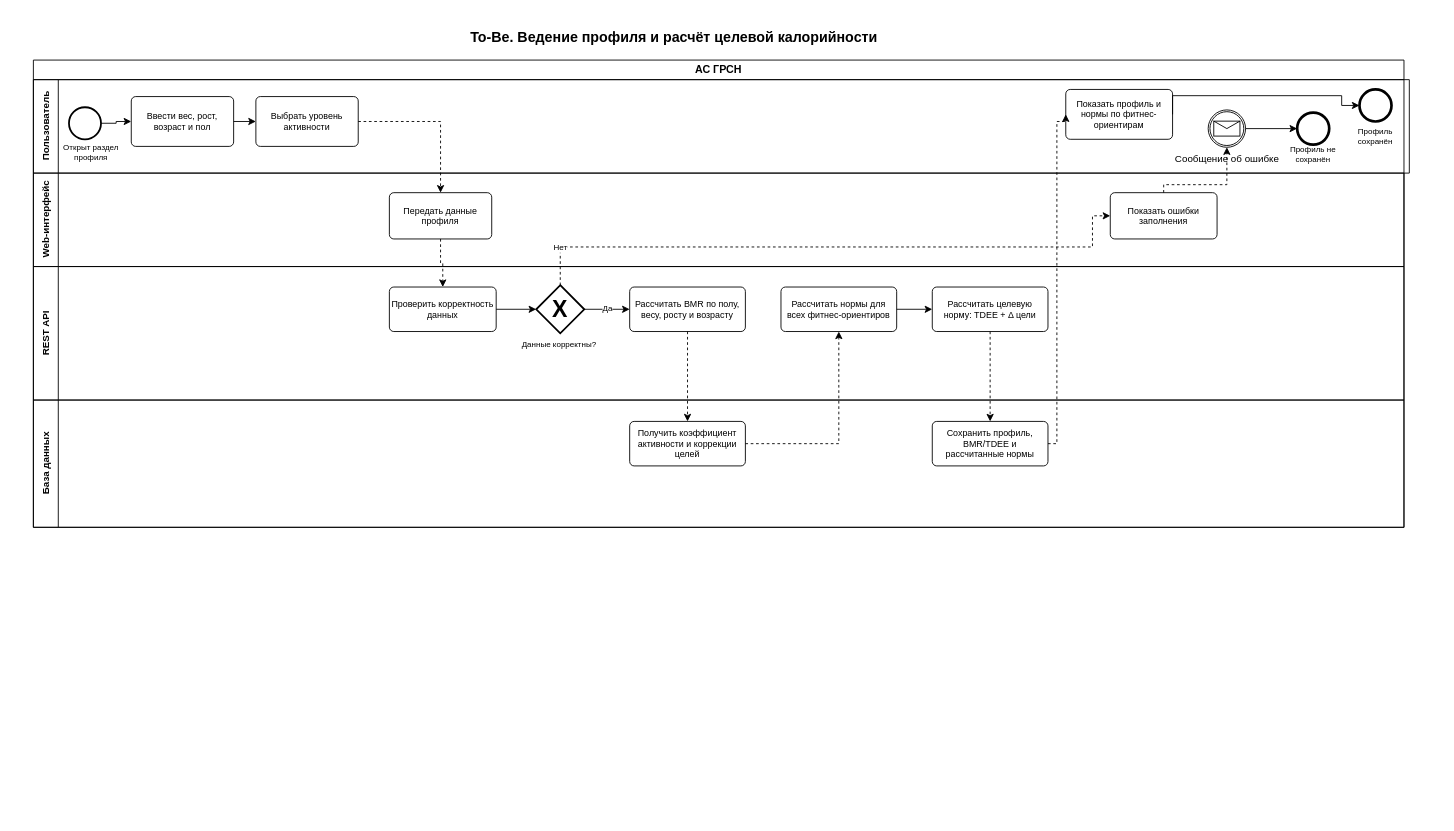
The draw.io diagram Optimization-Methods/laba_2/diagrams/To-Be/To-Be_Ведение_профиля_и_расчёт_целевой_калорийности_BPMN.drawio in Skipl1/ASOIU, before the edit. Source tidied: cells renumbered, new cells numbered last; positions are measured from the earlier drawing's top-left corner, leaving out a move shared by most shapes. Both pictures are drawn from the tidied source at 89%, with x=0, y=0 at pixel (33, 24).
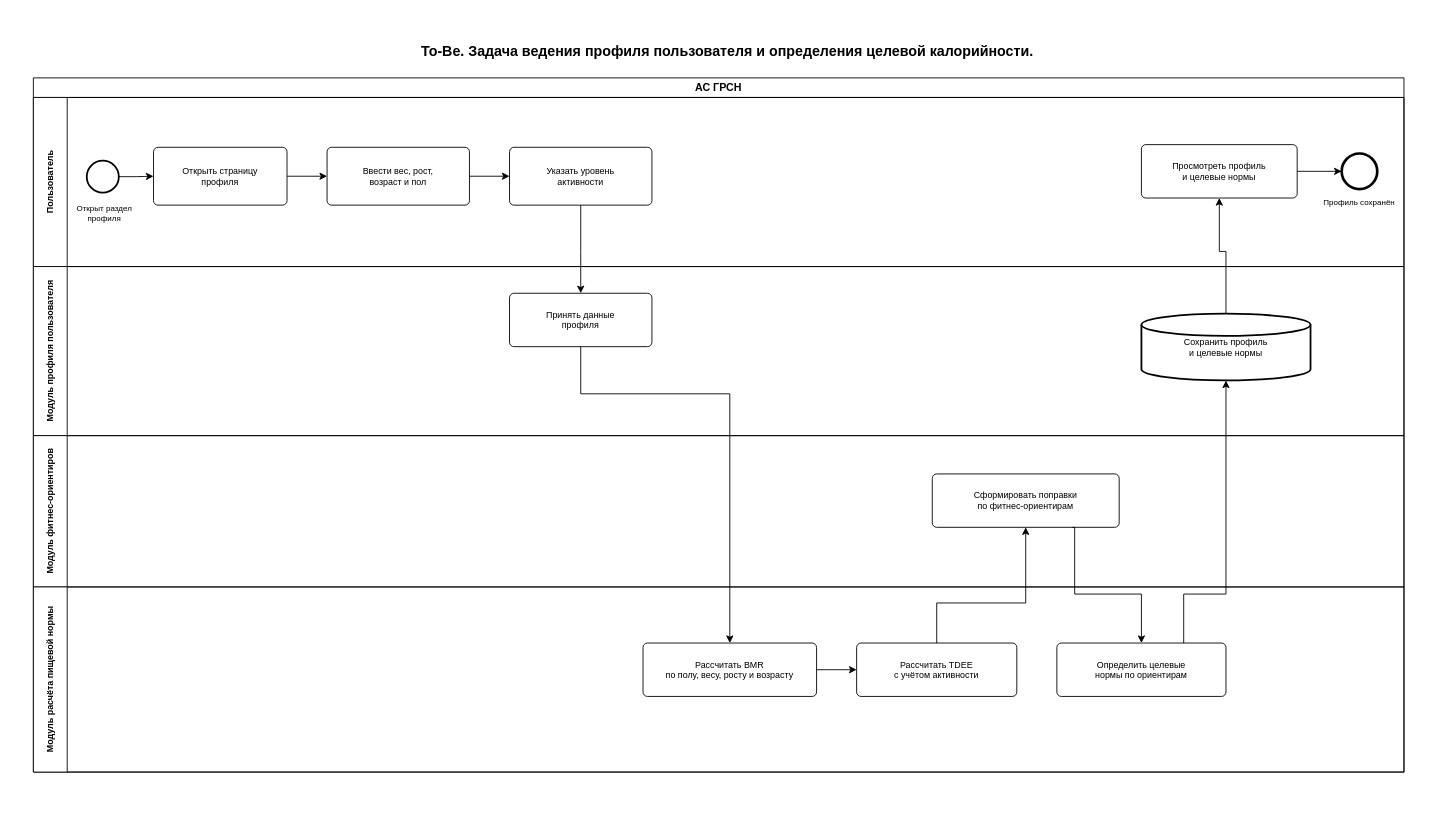
After the change.

What changed in the source:
```diff
@@
-<mxGraphModel>
+<mxGraphModel background="#ffffff">
@@
+    <mxCell id="43" style="rounded=0;whiteSpace=wrap;html=1;fillColor=#ffffff;strokeColor=none;" parent="1" vertex="1">
+      <mxGeometry x="-20" y="-10" width="1600" height="900" as="geometry" />
+    </mxCell>
-    <mxCell id="2" value="To-Be. Ведение профиля и расчёт целевой калорийности" style="text;html=1;strokeColor=none;fillColor=none;align=center;verticalAlign=middle;whiteSpace=wrap;fontSize=16;fontStyle=1;" parent="1" vertex="1">
-      <mxGeometry x="310" width="820" height="28" as="geometry" />
+    <mxCell id="2" value="To-Be. Задача ведения профиля пользователя и определения целевой калорийности." style="text;html=1;strokeColor=none;fillColor=none;align=center;verticalAlign=middle;whiteSpace=wrap;fontSize=16;fontStyle=1;" parent="1" vertex="1">
+      <mxGeometry y="10" width="1560" height="40" as="geometry" />
     </mxCell>
-    <mxCell id="3" value="&lt;span style=&quot;color: rgb(0, 0, 0); font-size: 12px;&quot;&gt;АС ГРСН&lt;/span&gt;" style="swimlane;html=1;horizontal=1;startSize=22;fillColor=none;strokeColor=#000000;whiteSpace=wrap;fontSize=11;fontStyle=1;" parent="1" vertex="1">
-      <mxGeometry y="40" width="1540" height="525" as="geometry" />
+    <mxCell id="3" value="&lt;span style=&quot;color: rgb(0, 0, 0); font-size: 12px;&quot;&gt;АС ГРСН&lt;/span&gt;" style="swimlane;html=1;horizontal=1;startSize=22;fillColor=#ffffff;strokeColor=#000000;whiteSpace=wrap;fontSize=11;fontStyle=1;" parent="1" vertex="1">
+      <mxGeometry y="60" width="1540" height="780" as="geometry" />
     </mxCell>
-    <mxCell id="4" value="Пользователь" style="swimlane;html=1;horizontal=0;startSize=28;fillColor=none;strokeColor=#000000;whiteSpace=wrap;fontSize=11;fontStyle=1;" parent="1" vertex="1">
-      <mxGeometry y="62" width="1546" height="105" as="geometry" />
+    <mxCell id="4" value="Пользователь" style="swimlane;html=1;horizontal=0;startSize=38;fillColor=#ffffff;strokeColor=#000000;whiteSpace=wrap;fontSize=10;fontStyle=1;" parent="1" vertex="1">
+      <mxGeometry y="82" width="1540" height="190" as="geometry" />
     </mxCell>
-    <mxCell id="5" value="Сообщение об ошибке" style="points=[[0.145,0.145,0],[0.5,0,0],[0.855,0.145,0],[1,0.5,0],[0.855,0.855,0],[0.5,1,0],[0.145,0.855,0],[0,0.5,0]];shape=mxgraph.bpmn.event;html=1;verticalLabelPosition=bottom;labelBackgroundColor=#ffffff;verticalAlign=top;align=center;perimeter=ellipsePerimeter;outlineConnect=0;outline=catching;symbol=message;fontSize=11;rounded=0;" parent="4" vertex="1">
-      <mxGeometry x="1320" y="34" width="42" height="42" as="geometry" />
-    </mxCell>
-    <mxCell id="6" value="&lt;p&gt;Показать профиль и нормы по фитнес-ориентирам&lt;/p&gt;" style="rounded=1;whiteSpace=wrap;html=1;arcSize=10;absoluteArcSize=1;fillColor=#ffffff;strokeColor=#000000;fontSize=10;" parent="4" vertex="1">
-      <mxGeometry x="1160" y="11" width="120" height="56" as="geometry" />
-    </mxCell>
-    <mxCell id="7" style="ellipse;whiteSpace=wrap;html=1;fillColor=#ffffff;strokeColor=#000000;strokeWidth=3;" parent="4" vertex="1">
-      <mxGeometry x="1490" y="11" width="36" height="36" as="geometry" />
-    </mxCell>
-    <mxCell id="8" style="endArrow=classic;html=1;rounded=0;edgeStyle=orthogonalEdgeStyle;exitX=1;exitY=0.5;entryX=0;entryY=0.5;" parent="4" edge="1" source="6" target="7">
-      <mxGeometry relative="1" as="geometry">
-        <Array as="points">
-          <mxPoint x="1280" y="18" />
-          <mxPoint x="1470" y="18" />
-        </Array>
-      </mxGeometry>
-    </mxCell>
+    <mxCell id="44" value="Модуль профиля пользователя" style="swimlane;html=1;horizontal=0;startSize=38;fillColor=#ffffff;strokeColor=#000000;whiteSpace=wrap;fontSize=10;fontStyle=1;" parent="1" vertex="1">
+      <mxGeometry y="272" width="1540" height="190" as="geometry" />
+    </mxCell>
+    <mxCell id="45" value="Модуль фитнес-ориентиров" style="swimlane;html=1;horizontal=0;startSize=38;fillColor=#ffffff;strokeColor=#000000;whiteSpace=wrap;fontSize=10;fontStyle=1;" parent="1" vertex="1">
+      <mxGeometry y="462" width="1540" height="170" as="geometry" />
+    </mxCell>
+    <mxCell id="46" value="Модуль расчёта пищевой нормы" style="swimlane;html=1;horizontal=0;startSize=38;fillColor=#ffffff;strokeColor=#000000;whiteSpace=wrap;fontSize=10;fontStyle=1;" parent="1" vertex="1">
+      <mxGeometry y="632" width="1540" height="208" as="geometry" />
+    </mxCell>
+    <mxCell id="14" style="ellipse;whiteSpace=wrap;html=1;fillColor=#ffffff;strokeColor=#000000;strokeWidth=2;" parent="1" vertex="1">
+      <mxGeometry x="60" y="153" width="36" height="36" as="geometry" />
+    </mxCell>
+    <mxCell id="16" value="Открыт раздел&lt;br&gt;профиля" style="text;html=1;strokeColor=none;fillColor=none;align=center;verticalAlign=top;whiteSpace=wrap;fontSize=9;" parent="1" vertex="1">
+      <mxGeometry x="35" y="195" width="90" height="30" as="geometry" />
+    </mxCell>
+    <mxCell id="47" value="Открыть страницу&lt;br&gt;профиля" style="rounded=1;whiteSpace=wrap;html=1;arcSize=10;absoluteArcSize=1;fillColor=#ffffff;strokeColor=#000000;fontSize=10;" parent="1" vertex="1">
+      <mxGeometry x="135" y="138" width="150" height="65" as="geometry" />
+    </mxCell>
+    <mxCell id="13" value="Ввести вес, рост,&lt;br&gt;возраст и пол" style="rounded=1;whiteSpace=wrap;html=1;arcSize=10;absoluteArcSize=1;fillColor=#ffffff;strokeColor=#000000;fontSize=10;" parent="1" vertex="1">
+      <mxGeometry x="330" y="138" width="160" height="65" as="geometry" />
+    </mxCell>
+    <mxCell id="48" value="Указать уровень&lt;br&gt;активности" style="rounded=1;whiteSpace=wrap;html=1;arcSize=10;absoluteArcSize=1;fillColor=#ffffff;strokeColor=#000000;fontSize=10;" parent="1" vertex="1">
+      <mxGeometry x="535" y="138" width="160" height="65" as="geometry" />
+    </mxCell>
+    <mxCell id="49" value="Просмотреть профиль&lt;br&gt;и целевые нормы" style="rounded=1;whiteSpace=wrap;html=1;arcSize=10;absoluteArcSize=1;fillColor=#ffffff;strokeColor=#000000;fontSize=10;" parent="1" vertex="1">
+      <mxGeometry x="1245" y="135" width="175" height="60" as="geometry" />
+    </mxCell>
+    <mxCell id="50" style="ellipse;whiteSpace=wrap;html=1;fillColor=#ffffff;strokeColor=#000000;strokeWidth=3;" parent="1" vertex="1">
+      <mxGeometry x="1470" y="145" width="40" height="40" as="geometry" />
+    </mxCell>
-    <mxCell id="9" value="Профиль сохранён" style="text;html=1;strokeColor=none;fillColor=none;align=center;verticalAlign=top;whiteSpace=wrap;fontSize=9;" parent="4" vertex="1">
-      <mxGeometry x="1470" y="47" width="76" height="24" as="geometry" />
+    <mxCell id="9" value="Профиль сохранён" style="text;html=1;strokeColor=none;fillColor=none;align=center;verticalAlign=top;whiteSpace=wrap;fontSize=9;" parent="1" vertex="1">
+      <mxGeometry x="1440" y="188" width="100" height="30" as="geometry" />
     </mxCell>
-    <mxCell id="10" style="ellipse;whiteSpace=wrap;html=1;fillColor=#ffffff;strokeColor=#000000;strokeWidth=3;" parent="4" vertex="1">
-      <mxGeometry x="1420" y="37" width="36" height="36" as="geometry" />
-    </mxCell>
-    <mxCell id="11" style="endArrow=classic;html=1;rounded=0;edgeStyle=orthogonalEdgeStyle;exitX=1;exitY=0.5;entryX=0;entryY=0.5;" parent="4" edge="1" source="5" target="10">
-      <mxGeometry relative="1" as="geometry" />
-    </mxCell>
-    <mxCell id="12" value="Профиль не сохранён" style="text;html=1;strokeColor=none;fillColor=none;align=center;verticalAlign=top;whiteSpace=wrap;fontSize=9;" parent="4" vertex="1">
-      <mxGeometry x="1392" y="67" width="92" height="24" as="geometry" />
-    </mxCell>
-    <mxCell id="13" value="Ввести вес, рост, возраст и пол" style="rounded=1;whiteSpace=wrap;html=1;arcSize=10;absoluteArcSize=1;fillColor=#ffffff;strokeColor=#000000;fontSize=10;" parent="4" vertex="1">
-      <mxGeometry x="110" y="19" width="115" height="56" as="geometry" />
-    </mxCell>
-    <mxCell id="14" style="ellipse;whiteSpace=wrap;html=1;fillColor=#ffffff;strokeColor=#000000;strokeWidth=2;" parent="4" vertex="1">
-      <mxGeometry x="40" y="31" width="36" height="36" as="geometry" />
-    </mxCell>
-    <mxCell id="15" style="endArrow=classic;html=1;rounded=0;edgeStyle=orthogonalEdgeStyle;exitX=1;exitY=0.5;entryX=0;entryY=0.5;" parent="4" edge="1" source="14" target="13">
-      <mxGeometry relative="1" as="geometry" />
-    </mxCell>
-    <mxCell id="16" value="Открыт раздел профиля" style="text;html=1;strokeColor=none;fillColor=none;align=center;verticalAlign=top;whiteSpace=wrap;fontSize=9;" parent="4" vertex="1">
-      <mxGeometry x="30" y="65" width="70" height="28" as="geometry" />
-    </mxCell>
-    <mxCell id="17" value="Web-интерфейс" style="swimlane;html=1;horizontal=0;startSize=28;fillColor=none;strokeColor=#000000;whiteSpace=wrap;fontSize=11;fontStyle=1;" parent="1" vertex="1">
-      <mxGeometry y="167" width="1540" height="105" as="geometry" />
-    </mxCell>
-    <mxCell id="18" value="Показать ошибки заполнения" style="rounded=1;whiteSpace=wrap;html=1;arcSize=10;absoluteArcSize=1;fillColor=#ffffff;strokeColor=#000000;fontSize=10;" parent="17" vertex="1">
-      <mxGeometry x="1210" y="22" width="120" height="52" as="geometry" />
-    </mxCell>
-    <mxCell id="19" value="REST API" style="swimlane;html=1;horizontal=0;startSize=28;fillColor=none;strokeColor=#000000;whiteSpace=wrap;fontSize=11;fontStyle=1;" parent="1" vertex="1">
-      <mxGeometry y="272" width="1540" height="150" as="geometry" />
-    </mxCell>
-    <mxCell id="20" value="База данных" style="swimlane;html=1;horizontal=0;startSize=28;fillColor=none;strokeColor=#000000;whiteSpace=wrap;fontSize=11;fontStyle=1;" parent="1" vertex="1">
-      <mxGeometry y="422" width="1540" height="143" as="geometry" />
-    </mxCell>
-    <mxCell id="21" value="Выбрать уровень активности" style="rounded=1;whiteSpace=wrap;html=1;arcSize=10;absoluteArcSize=1;fillColor=#ffffff;strokeColor=#000000;fontSize=10;" parent="1" vertex="1">
-      <mxGeometry x="250" y="81" width="115" height="56" as="geometry" />
-    </mxCell>
-    <mxCell id="22" value="Передать данные профиля" style="rounded=1;whiteSpace=wrap;html=1;arcSize=10;absoluteArcSize=1;fillColor=#ffffff;strokeColor=#000000;fontSize=10;" parent="1" vertex="1">
-      <mxGeometry x="400" y="189" width="115" height="52" as="geometry" />
-    </mxCell>
-    <mxCell id="23" value="Проверить корректность данных" style="rounded=1;whiteSpace=wrap;html=1;arcSize=10;absoluteArcSize=1;fillColor=#ffffff;strokeColor=#000000;fontSize=10;" parent="1" vertex="1">
-      <mxGeometry x="400" y="295" width="120" height="50" as="geometry" />
-    </mxCell>
-    <mxCell id="24" value="X" style="rhombus;whiteSpace=wrap;html=1;fillColor=#ffffff;strokeColor=#000000;strokeWidth=2;fontSize=26;fontStyle=1;" parent="1" vertex="1">
-      <mxGeometry x="565" y="293" width="54" height="54" as="geometry" />
-    </mxCell>
-    <mxCell id="25" value="Данные корректны?" style="text;html=1;strokeColor=none;fillColor=none;align=center;verticalAlign=top;whiteSpace=wrap;fontSize=9;" parent="1" vertex="1">
-      <mxGeometry x="545" y="348" width="92" height="24" as="geometry" />
-    </mxCell>
+    <mxCell id="51" value="Принять данные&lt;br&gt;профиля" style="rounded=1;whiteSpace=wrap;html=1;arcSize=10;absoluteArcSize=1;fillColor=#ffffff;strokeColor=#000000;fontSize=10;" parent="1" vertex="1">
+      <mxGeometry x="535" y="302" width="160" height="60" as="geometry" />
+    </mxCell>
+    <mxCell id="30" value="Сохранить профиль&lt;br&gt;и целевые нормы" style="strokeWidth=2;html=1;shape=mxgraph.flowchart.database;whiteSpace=wrap;fillColor=#ffffff;strokeColor=#000000;fontSize=10;" parent="1" vertex="1">
+      <mxGeometry x="1245" y="325" width="190" height="75" as="geometry" />
+    </mxCell>
+    <mxCell id="52" value="Сформировать поправки&lt;br&gt;по фитнес-ориентирам" style="rounded=1;whiteSpace=wrap;html=1;arcSize=10;absoluteArcSize=1;fillColor=#ffffff;strokeColor=#000000;fontSize=10;" parent="1" vertex="1">
+      <mxGeometry x="1010" y="505" width="210" height="60" as="geometry" />
+    </mxCell>
-    <mxCell id="26" value="Рассчитать BMR по полу, весу, росту и возрасту" style="rounded=1;whiteSpace=wrap;html=1;arcSize=10;absoluteArcSize=1;fillColor=#ffffff;strokeColor=#000000;fontSize=10;" parent="1" vertex="1">
-      <mxGeometry x="670" y="295" width="130" height="50" as="geometry" />
+    <mxCell id="26" value="Рассчитать BMR&lt;br&gt;по полу, весу, росту и возрасту" style="rounded=1;whiteSpace=wrap;html=1;arcSize=10;absoluteArcSize=1;fillColor=#ffffff;strokeColor=#000000;fontSize=10;" parent="1" vertex="1">
+      <mxGeometry x="685" y="695" width="195" height="60" as="geometry" />
     </mxCell>
-    <mxCell id="27" value="&lt;p&gt;Рассчитать нормы для всех фитнес-ориентиров&lt;/p&gt;" style="rounded=1;whiteSpace=wrap;html=1;arcSize=10;absoluteArcSize=1;fillColor=#ffffff;strokeColor=#000000;fontSize=10;" parent="1" vertex="1">
-      <mxGeometry x="840" y="295" width="130" height="50" as="geometry" />
+    <mxCell id="27" value="Рассчитать TDEE&lt;br&gt;с учётом активности" style="rounded=1;whiteSpace=wrap;html=1;arcSize=10;absoluteArcSize=1;fillColor=#ffffff;strokeColor=#000000;fontSize=10;" parent="1" vertex="1">
+      <mxGeometry x="925" y="695" width="180" height="60" as="geometry" />
     </mxCell>
-    <mxCell id="28" value="Рассчитать целевую норму: TDEE + Δ цели" style="rounded=1;whiteSpace=wrap;html=1;arcSize=10;absoluteArcSize=1;fillColor=#ffffff;strokeColor=#000000;fontSize=10;" parent="1" vertex="1">
-      <mxGeometry x="1010" y="295" width="130" height="50" as="geometry" />
+    <mxCell id="28" value="Определить целевые&lt;br&gt;нормы по ориентирам" style="rounded=1;whiteSpace=wrap;html=1;arcSize=10;absoluteArcSize=1;fillColor=#ffffff;strokeColor=#000000;fontSize=10;" parent="1" vertex="1">
+      <mxGeometry x="1150" y="695" width="190" height="60" as="geometry" />
     </mxCell>
-    <mxCell id="29" value="&lt;p&gt;Получить коэффициент активности и коррекции целей&lt;/p&gt;" style="rounded=1;whiteSpace=wrap;html=1;arcSize=10;absoluteArcSize=1;fillColor=#ffffff;strokeColor=#000000;fontSize=10;" parent="1" vertex="1">
-      <mxGeometry x="670" y="446" width="130" height="50" as="geometry" />
-    </mxCell>
-    <mxCell id="30" value="&lt;p&gt;Сохранить профиль, BMR/TDEE и рассчитанные нормы&lt;/p&gt;" style="rounded=1;whiteSpace=wrap;html=1;arcSize=10;absoluteArcSize=1;fillColor=#ffffff;strokeColor=#000000;fontSize=10;" parent="1" vertex="1">
-      <mxGeometry x="1010" y="446" width="130" height="50" as="geometry" />
-    </mxCell>
+    <mxCell id="15" style="endArrow=classic;html=1;rounded=0;edgeStyle=orthogonalEdgeStyle;exitX=1;exitY=0.5;entryX=0;entryY=0.5;" parent="1" edge="1" source="14" target="47">
+      <mxGeometry relative="1" as="geometry" />
+    </mxCell>
-    <mxCell id="31" style="endArrow=classic;html=1;rounded=0;edgeStyle=orthogonalEdgeStyle;exitX=1;exitY=0.5;entryX=0;entryY=0.5;" parent="1" edge="1" source="13" target="21">
+    <mxCell id="31" style="endArrow=classic;html=1;rounded=0;edgeStyle=orthogonalEdgeStyle;exitX=1;exitY=0.5;entryX=0;entryY=0.5;" parent="1" edge="1" source="47" target="13">
       <mxGeometry relative="1" as="geometry" />
     </mxCell>
-    <mxCell id="32" style="endArrow=classic;html=1;rounded=0;edgeStyle=orthogonalEdgeStyle;exitX=1;exitY=0.5;entryX=0.5;entryY=0;entryDx=0;entryDy=0;dashed=1;dashPattern=3 3;" parent="1" edge="1" source="21" target="22">
+    <mxCell id="32" style="endArrow=classic;html=1;rounded=0;edgeStyle=orthogonalEdgeStyle;exitX=1;exitY=0.5;entryX=0;entryY=0.5;" parent="1" edge="1" source="13" target="48">
       <mxGeometry relative="1" as="geometry" />
     </mxCell>
-    <mxCell id="33" style="endArrow=classic;html=1;rounded=0;edgeStyle=orthogonalEdgeStyle;exitX=0.5;exitY=1;entryX=0.5;entryY=0;dashed=1;dashPattern=3 3;" parent="1" edge="1" source="22" target="23">
-      <mxGeometry relative="1" as="geometry" />
-    </mxCell>
-    <mxCell id="34" style="endArrow=classic;html=1;rounded=0;edgeStyle=orthogonalEdgeStyle;exitX=1;exitY=0.5;entryX=0;entryY=0.5;" parent="1" edge="1" source="23" target="24">
-      <mxGeometry relative="1" as="geometry" />
-    </mxCell>
-    <mxCell id="35" value="Нет" style="endArrow=classic;html=1;rounded=0;edgeStyle=orthogonalEdgeStyle;exitX=0.5;exitY=0;entryX=0;entryY=0.5;fontSize=9;dashed=1;dashPattern=3 3;" parent="1" edge="1" source="24" target="18">
-      <mxGeometry x="-0.88" relative="1" as="geometry">
-        <Array as="points">
-          <mxPoint x="592" y="250" />
-          <mxPoint x="1190" y="250" />
-        </Array>
-      </mxGeometry>
-    </mxCell>
-    <mxCell id="36" value="Да" style="endArrow=classic;html=1;rounded=0;edgeStyle=orthogonalEdgeStyle;exitX=1;exitY=0.5;entryX=0;entryY=0.5;fontSize=9;" parent="1" edge="1" source="24" target="26">
-      <mxGeometry relative="1" as="geometry" />
-    </mxCell>
-    <mxCell id="37" style="endArrow=classic;html=1;rounded=0;edgeStyle=orthogonalEdgeStyle;exitX=0.5;exitY=1;entryX=0.5;entryY=0;dashed=1;dashPattern=3 3;" parent="1" edge="1" source="26" target="29">
-      <mxGeometry relative="1" as="geometry" />
-    </mxCell>
+    <mxCell id="53" style="endArrow=classic;html=1;rounded=0;edgeStyle=orthogonalEdgeStyle;exitX=0.5;exitY=1;entryX=0.5;entryY=0;" parent="1" edge="1" source="48" target="51">
+      <mxGeometry relative="1" as="geometry">
+        <Array as="points">
+          <mxPoint x="615" y="255" />
+        </Array>
+      </mxGeometry>
+    </mxCell>
-    <mxCell id="38" style="endArrow=classic;html=1;rounded=0;edgeStyle=orthogonalEdgeStyle;exitX=1;exitY=0.5;entryX=0.5;entryY=1;dashed=1;dashPattern=3 3;" parent="1" edge="1" source="29" target="27">
-      <mxGeometry relative="1" as="geometry">
-        <Array as="points">
-          <mxPoint x="905" y="471" />
-        </Array>
-      </mxGeometry>
+    <mxCell id="38" style="endArrow=classic;html=1;rounded=0;edgeStyle=orthogonalEdgeStyle;exitX=1;exitY=0.5;entryX=0;entryY=0.5;" parent="1" edge="1" source="26" target="27">
+      <mxGeometry relative="1" as="geometry" />
     </mxCell>
-    <mxCell id="39" style="endArrow=classic;html=1;rounded=0;edgeStyle=orthogonalEdgeStyle;exitX=1;exitY=0.5;entryX=0;entryY=0.5;" parent="1" edge="1" source="27" target="28">
-      <mxGeometry relative="1" as="geometry" />
+    <mxCell id="39" style="endArrow=classic;html=1;rounded=0;edgeStyle=orthogonalEdgeStyle;exitX=0.5;exitY=0;entryX=0.5;entryY=1;" parent="1" edge="1" source="27" target="52">
+      <mxGeometry relative="1" as="geometry">
+        <Array as="points">
+          <mxPoint x="1015" y="650" />
+          <mxPoint x="1115" y="650" />
+        </Array>
+      </mxGeometry>
     </mxCell>
-    <mxCell id="40" style="endArrow=classic;html=1;rounded=0;edgeStyle=orthogonalEdgeStyle;exitX=0.5;exitY=1;entryX=0.5;entryY=0;dashed=1;dashPattern=3 3;" parent="1" edge="1" source="28" target="30">
-      <mxGeometry relative="1" as="geometry" />
+    <mxCell id="40" style="endArrow=classic;html=1;rounded=0;edgeStyle=orthogonalEdgeStyle;exitX=0.75;exitY=1;entryX=0.5;entryY=0;exitDx=0;exitDy=0;" parent="1" edge="1" source="52" target="28">
+      <mxGeometry relative="1" as="geometry">
+        <Array as="points">
+          <mxPoint x="1170" y="565" />
+          <mxPoint x="1170" y="640" />
+          <mxPoint x="1245" y="640" />
+        </Array>
+      </mxGeometry>
     </mxCell>
-    <mxCell id="41" style="endArrow=classic;html=1;rounded=0;edgeStyle=orthogonalEdgeStyle;exitX=1;exitY=0.5;entryX=0;entryY=0.5;entryDx=0;entryDy=0;dashed=1;dashPattern=3 3;" parent="1" edge="1" source="30" target="6">
+    <mxCell id="41" style="endArrow=classic;html=1;rounded=0;edgeStyle=orthogonalEdgeStyle;exitX=0.75;exitY=0;entryX=0.5;entryY=1;" parent="1" edge="1" source="28" target="30">
       <mxGeometry relative="1" as="geometry">
         <Array as="points">
-          <mxPoint x="1150" y="471" />
-          <mxPoint x="1150" y="109" />
-          <mxPoint x="1160" y="109" />
+          <mxPoint x="1293" y="640" />
+          <mxPoint x="1340" y="640" />
         </Array>
       </mxGeometry>
     </mxCell>
-    <mxCell id="42" style="endArrow=classic;html=1;rounded=0;edgeStyle=orthogonalEdgeStyle;dashed=1;dashPattern=3 3;exitX=0.5;exitY=0;entryX=0.5;entryY=1;" parent="1" edge="1" source="18" target="5">
-      <mxGeometry relative="1" as="geometry">
-        <Array as="points">
-          <mxPoint x="1270" y="180" />
-          <mxPoint x="1341" y="180" />
-        </Array>
-      </mxGeometry>
-    </mxCell>
+    <mxCell id="8" style="endArrow=classic;html=1;rounded=0;edgeStyle=orthogonalEdgeStyle;exitX=0.5;exitY=0;entryX=0.5;entryY=1;" parent="1" edge="1" source="30" target="49">
+      <mxGeometry relative="1" as="geometry">
+        <Array as="points">
+          <mxPoint x="1340" y="255" />
+        </Array>
+      </mxGeometry>
+    </mxCell>
+    <mxCell id="54" style="endArrow=classic;html=1;rounded=0;edgeStyle=orthogonalEdgeStyle;exitX=1;exitY=0.5;entryX=0;entryY=0.5;" parent="1" edge="1" source="49" target="50">
+      <mxGeometry relative="1" as="geometry" />
+    </mxCell>
+    <mxCell id="55" style="endArrow=classic;html=1;rounded=0;edgeStyle=orthogonalEdgeStyle;entryX=0.5;entryY=0;entryDx=0;entryDy=0;exitX=0.5;exitY=1;exitDx=0;exitDy=0;" parent="1" edge="1" source="51" target="26">
+      <mxGeometry relative="1" as="geometry">
+        <Array as="points">
+          <mxPoint x="615" y="415" />
+          <mxPoint x="783" y="415" />
+        </Array>
+      </mxGeometry>
+    </mxCell>
```
